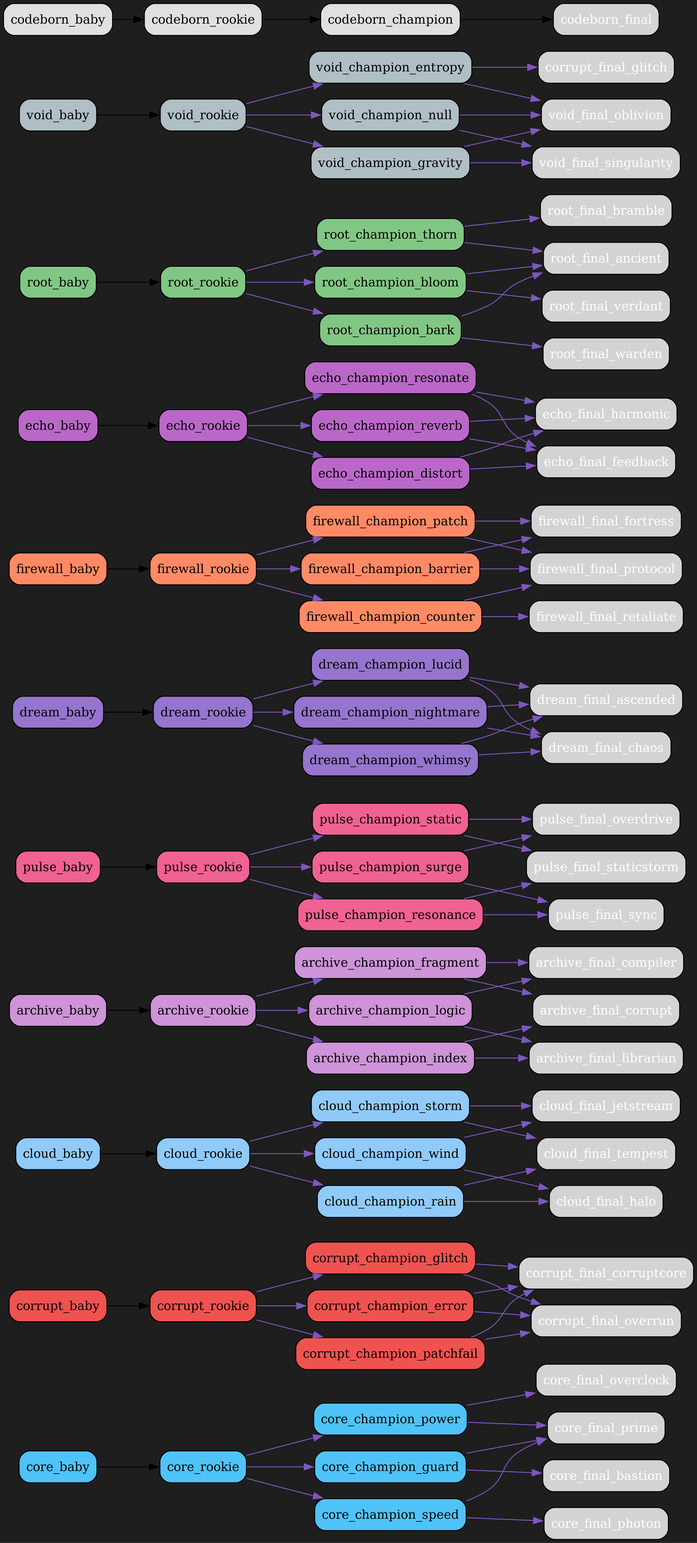
bwlight/NetGrid keeps this Graphviz diagram as src/netgrid/systems/evolution/graphs/dark/evolution_graph_dark.png. Above is the earlier version. Its source is kept beside it as src/netgrid/systems/evolution/graphs/dark/evolution_graph_dark.dot.
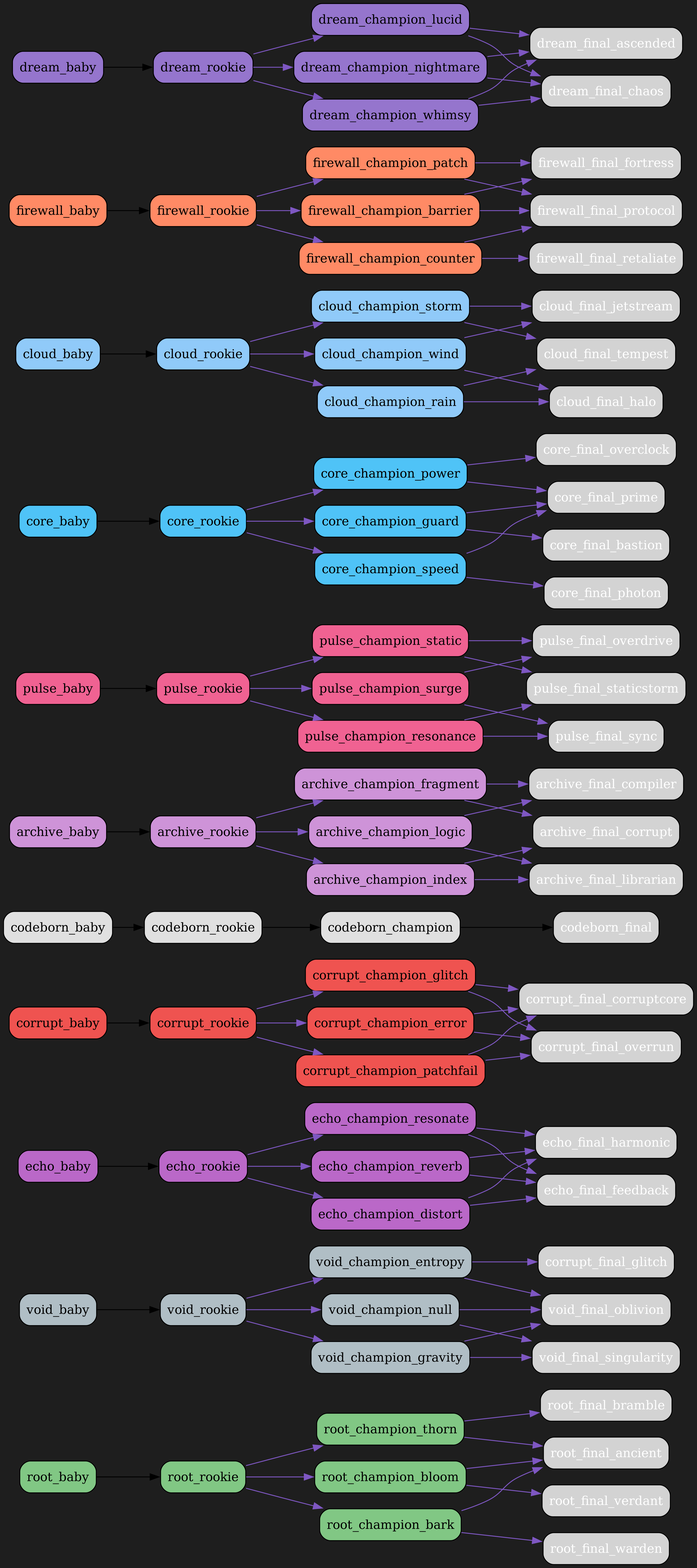
The same diagram one commit later.

Commit message:
Auto-update evolution graphs

Diff of the diagram source:
```diff
@@ -2,21 +2,51 @@
   rankdir=LR;
   bgcolor="#1e1e1e";
   node [shape=box, style="rounded,filled", fontcolor="white"];
-  "core_baby" [fillcolor="#4fc3f7", fontcolor="black"];
-  "core_baby" -> "core_rookie";
-  "core_rookie" [fillcolor="#4fc3f7", fontcolor="black"];
-  "core_rookie" -> "core_champion_power" [color="#7e57c2"];
-  "core_rookie" -> "core_champion_guard" [color="#7e57c2"];
-  "core_rookie" -> "core_champion_speed" [color="#7e57c2"];
-  "core_champion_power" [fillcolor="#4fc3f7", fontcolor="black"];
-  "core_champion_power" -> "core_final_overclock" [color="#7e57c2"];
-  "core_champion_power" -> "core_final_prime" [color="#7e57c2"];
-  "core_champion_guard" [fillcolor="#4fc3f7", fontcolor="black"];
-  "core_champion_guard" -> "core_final_bastion" [color="#7e57c2"];
-  "core_champion_guard" -> "core_final_prime" [color="#7e57c2"];
-  "core_champion_speed" [fillcolor="#4fc3f7", fontcolor="black"];
-  "core_champion_speed" -> "core_final_photon" [color="#7e57c2"];
-  "core_champion_speed" -> "core_final_prime" [color="#7e57c2"];
+  "root_baby" [fillcolor="#81c784", fontcolor="black"];
+  "root_baby" -> "root_rookie";
+  "root_rookie" [fillcolor="#81c784", fontcolor="black"];
+  "root_rookie" -> "root_champion_thorn" [color="#7e57c2"];
+  "root_rookie" -> "root_champion_bloom" [color="#7e57c2"];
+  "root_rookie" -> "root_champion_bark" [color="#7e57c2"];
+  "root_champion_thorn" [fillcolor="#81c784", fontcolor="black"];
+  "root_champion_thorn" -> "root_final_bramble" [color="#7e57c2"];
+  "root_champion_thorn" -> "root_final_ancient" [color="#7e57c2"];
+  "root_champion_bloom" [fillcolor="#81c784", fontcolor="black"];
+  "root_champion_bloom" -> "root_final_ancient" [color="#7e57c2"];
+  "root_champion_bloom" -> "root_final_verdant" [color="#7e57c2"];
+  "root_champion_bark" [fillcolor="#81c784", fontcolor="black"];
+  "root_champion_bark" -> "root_final_warden" [color="#7e57c2"];
+  "root_champion_bark" -> "root_final_ancient" [color="#7e57c2"];
+  "void_baby" [fillcolor="#b0bec5", fontcolor="black"];
+  "void_baby" -> "void_rookie";
+  "void_rookie" [fillcolor="#b0bec5", fontcolor="black"];
+  "void_rookie" -> "void_champion_entropy" [color="#7e57c2"];
+  "void_rookie" -> "void_champion_gravity" [color="#7e57c2"];
+  "void_rookie" -> "void_champion_null" [color="#7e57c2"];
+  "void_champion_entropy" [fillcolor="#b0bec5", fontcolor="black"];
+  "void_champion_entropy" -> "corrupt_final_glitch" [color="#7e57c2"];
+  "void_champion_entropy" -> "void_final_oblivion" [color="#7e57c2"];
+  "void_champion_gravity" [fillcolor="#b0bec5", fontcolor="black"];
+  "void_champion_gravity" -> "void_final_singularity" [color="#7e57c2"];
+  "void_champion_gravity" -> "void_final_oblivion" [color="#7e57c2"];
+  "void_champion_null" [fillcolor="#b0bec5", fontcolor="black"];
+  "void_champion_null" -> "void_final_oblivion" [color="#7e57c2"];
+  "void_champion_null" -> "void_final_singularity" [color="#7e57c2"];
+  "echo_baby" [fillcolor="#ba68c8", fontcolor="black"];
+  "echo_baby" -> "echo_rookie";
+  "echo_rookie" [fillcolor="#ba68c8", fontcolor="black"];
+  "echo_rookie" -> "echo_champion_resonate" [color="#7e57c2"];
+  "echo_rookie" -> "echo_champion_reverb" [color="#7e57c2"];
+  "echo_rookie" -> "echo_champion_distort" [color="#7e57c2"];
+  "echo_champion_resonate" [fillcolor="#ba68c8", fontcolor="black"];
+  "echo_champion_resonate" -> "echo_final_harmonic" [color="#7e57c2"];
+  "echo_champion_resonate" -> "echo_final_feedback" [color="#7e57c2"];
+  "echo_champion_reverb" [fillcolor="#ba68c8", fontcolor="black"];
+  "echo_champion_reverb" -> "echo_final_feedback" [color="#7e57c2"];
+  "echo_champion_reverb" -> "echo_final_harmonic" [color="#7e57c2"];
+  "echo_champion_distort" [fillcolor="#ba68c8", fontcolor="black"];
+  "echo_champion_distort" -> "echo_final_feedback" [color="#7e57c2"];
+  "echo_champion_distort" -> "echo_final_harmonic" [color="#7e57c2"];
   "corrupt_baby" [fillcolor="#ef5350", fontcolor="black"];
   "corrupt_baby" -> "corrupt_rookie";
   "corrupt_rookie" [fillcolor="#ef5350", fontcolor="black"];
@@ -32,21 +62,12 @@
   "corrupt_champion_patchfail" [fillcolor="#ef5350", fontcolor="black"];
   "corrupt_champion_patchfail" -> "corrupt_final_corruptcore" [color="#7e57c2"];
   "corrupt_champion_patchfail" -> "corrupt_final_overrun" [color="#7e57c2"];
-  "cloud_baby" [fillcolor="#90caf9", fontcolor="black"];
-  "cloud_baby" -> "cloud_rookie";
-  "cloud_rookie" [fillcolor="#90caf9", fontcolor="black"];
-  "cloud_rookie" -> "cloud_champion_wind" [color="#7e57c2"];
-  "cloud_rookie" -> "cloud_champion_rain" [color="#7e57c2"];
-  "cloud_rookie" -> "cloud_champion_storm" [color="#7e57c2"];
-  "cloud_champion_wind" [fillcolor="#90caf9", fontcolor="black"];
-  "cloud_champion_wind" -> "cloud_final_jetstream" [color="#7e57c2"];
-  "cloud_champion_wind" -> "cloud_final_halo" [color="#7e57c2"];
-  "cloud_champion_rain" [fillcolor="#90caf9", fontcolor="black"];
-  "cloud_champion_rain" -> "cloud_final_halo" [color="#7e57c2"];
-  "cloud_champion_rain" -> "cloud_final_tempest" [color="#7e57c2"];
-  "cloud_champion_storm" [fillcolor="#90caf9", fontcolor="black"];
-  "cloud_champion_storm" -> "cloud_final_tempest" [color="#7e57c2"];
-  "cloud_champion_storm" -> "cloud_final_jetstream" [color="#7e57c2"];
+  "codeborn_baby" [fillcolor="#e0e0e0", fontcolor="black"];
+  "codeborn_baby" -> "codeborn_rookie";
+  "codeborn_rookie" [fillcolor="#e0e0e0", fontcolor="black"];
+  "codeborn_rookie" -> "codeborn_champion";
+  "codeborn_champion" [fillcolor="#e0e0e0", fontcolor="black"];
+  "codeborn_champion" -> "codeborn_final";
   "archive_baby" [fillcolor="#ce93d8", fontcolor="black"];
   "archive_baby" -> "archive_rookie";
   "archive_rookie" [fillcolor="#ce93d8", fontcolor="black"];
@@ -77,6 +98,51 @@
   "pulse_champion_static" [fillcolor="#f06292", fontcolor="black"];
   "pulse_champion_static" -> "pulse_final_staticstorm" [color="#7e57c2"];
   "pulse_champion_static" -> "pulse_final_overdrive" [color="#7e57c2"];
+  "core_baby" [fillcolor="#4fc3f7", fontcolor="black"];
+  "core_baby" -> "core_rookie";
+  "core_rookie" [fillcolor="#4fc3f7", fontcolor="black"];
+  "core_rookie" -> "core_champion_power" [color="#7e57c2"];
+  "core_rookie" -> "core_champion_guard" [color="#7e57c2"];
+  "core_rookie" -> "core_champion_speed" [color="#7e57c2"];
+  "core_champion_power" [fillcolor="#4fc3f7", fontcolor="black"];
+  "core_champion_power" -> "core_final_overclock" [color="#7e57c2"];
+  "core_champion_power" -> "core_final_prime" [color="#7e57c2"];
+  "core_champion_guard" [fillcolor="#4fc3f7", fontcolor="black"];
+  "core_champion_guard" -> "core_final_bastion" [color="#7e57c2"];
+  "core_champion_guard" -> "core_final_prime" [color="#7e57c2"];
+  "core_champion_speed" [fillcolor="#4fc3f7", fontcolor="black"];
+  "core_champion_speed" -> "core_final_photon" [color="#7e57c2"];
+  "core_champion_speed" -> "core_final_prime" [color="#7e57c2"];
+  "cloud_baby" [fillcolor="#90caf9", fontcolor="black"];
+  "cloud_baby" -> "cloud_rookie";
+  "cloud_rookie" [fillcolor="#90caf9", fontcolor="black"];
+  "cloud_rookie" -> "cloud_champion_wind" [color="#7e57c2"];
+  "cloud_rookie" -> "cloud_champion_rain" [color="#7e57c2"];
+  "cloud_rookie" -> "cloud_champion_storm" [color="#7e57c2"];
+  "cloud_champion_wind" [fillcolor="#90caf9", fontcolor="black"];
+  "cloud_champion_wind" -> "cloud_final_jetstream" [color="#7e57c2"];
+  "cloud_champion_wind" -> "cloud_final_halo" [color="#7e57c2"];
+  "cloud_champion_rain" [fillcolor="#90caf9", fontcolor="black"];
+  "cloud_champion_rain" -> "cloud_final_halo" [color="#7e57c2"];
+  "cloud_champion_rain" -> "cloud_final_tempest" [color="#7e57c2"];
+  "cloud_champion_storm" [fillcolor="#90caf9", fontcolor="black"];
+  "cloud_champion_storm" -> "cloud_final_tempest" [color="#7e57c2"];
+  "cloud_champion_storm" -> "cloud_final_jetstream" [color="#7e57c2"];
+  "firewall_baby" [fillcolor="#ff8a65", fontcolor="black"];
+  "firewall_baby" -> "firewall_rookie";
+  "firewall_rookie" [fillcolor="#ff8a65", fontcolor="black"];
+  "firewall_rookie" -> "firewall_champion_barrier" [color="#7e57c2"];
+  "firewall_rookie" -> "firewall_champion_counter" [color="#7e57c2"];
+  "firewall_rookie" -> "firewall_champion_patch" [color="#7e57c2"];
+  "firewall_champion_barrier" [fillcolor="#ff8a65", fontcolor="black"];
+  "firewall_champion_barrier" -> "firewall_final_fortress" [color="#7e57c2"];
+  "firewall_champion_barrier" -> "firewall_final_protocol" [color="#7e57c2"];
+  "firewall_champion_counter" [fillcolor="#ff8a65", fontcolor="black"];
+  "firewall_champion_counter" -> "firewall_final_retaliate" [color="#7e57c2"];
+  "firewall_champion_counter" -> "firewall_final_protocol" [color="#7e57c2"];
+  "firewall_champion_patch" [fillcolor="#ff8a65", fontcolor="black"];
+  "firewall_champion_patch" -> "firewall_final_protocol" [color="#7e57c2"];
+  "firewall_champion_patch" -> "firewall_final_fortress" [color="#7e57c2"];
   "dream_baby" [fillcolor="#9575cd", fontcolor="black"];
   "dream_baby" -> "dream_rookie";
   "dream_rookie" [fillcolor="#9575cd", fontcolor="black"];
@@ -92,70 +158,4 @@
   "dream_champion_whimsy" [fillcolor="#9575cd", fontcolor="black"];
   "dream_champion_whimsy" -> "dream_final_ascended" [color="#7e57c2"];
   "dream_champion_whimsy" -> "dream_final_chaos" [color="#7e57c2"];
-  "firewall_baby" [fillcolor="#ff8a65", fontcolor="black"];
-  "firewall_baby" -> "firewall_rookie";
-  "firewall_rookie" [fillcolor="#ff8a65", fontcolor="black"];
-  "firewall_rookie" -> "firewall_champion_barrier" [color="#7e57c2"];
-  "firewall_rookie" -> "firewall_champion_counter" [color="#7e57c2"];
-  "firewall_rookie" -> "firewall_champion_patch" [color="#7e57c2"];
-  "firewall_champion_barrier" [fillcolor="#ff8a65", fontcolor="black"];
-  "firewall_champion_barrier" -> "firewall_final_fortress" [color="#7e57c2"];
-  "firewall_champion_barrier" -> "firewall_final_protocol" [color="#7e57c2"];
-  "firewall_champion_counter" [fillcolor="#ff8a65", fontcolor="black"];
-  "firewall_champion_counter" -> "firewall_final_retaliate" [color="#7e57c2"];
-  "firewall_champion_counter" -> "firewall_final_protocol" [color="#7e57c2"];
-  "firewall_champion_patch" [fillcolor="#ff8a65", fontcolor="black"];
-  "firewall_champion_patch" -> "firewall_final_protocol" [color="#7e57c2"];
-  "firewall_champion_patch" -> "firewall_final_fortress" [color="#7e57c2"];
-  "echo_baby" [fillcolor="#ba68c8", fontcolor="black"];
-  "echo_baby" -> "echo_rookie";
-  "echo_rookie" [fillcolor="#ba68c8", fontcolor="black"];
-  "echo_rookie" -> "echo_champion_resonate" [color="#7e57c2"];
-  "echo_rookie" -> "echo_champion_reverb" [color="#7e57c2"];
-  "echo_rookie" -> "echo_champion_distort" [color="#7e57c2"];
-  "echo_champion_resonate" [fillcolor="#ba68c8", fontcolor="black"];
-  "echo_champion_resonate" -> "echo_final_harmonic" [color="#7e57c2"];
-  "echo_champion_resonate" -> "echo_final_feedback" [color="#7e57c2"];
-  "echo_champion_reverb" [fillcolor="#ba68c8", fontcolor="black"];
-  "echo_champion_reverb" -> "echo_final_feedback" [color="#7e57c2"];
-  "echo_champion_reverb" -> "echo_final_harmonic" [color="#7e57c2"];
-  "echo_champion_distort" [fillcolor="#ba68c8", fontcolor="black"];
-  "echo_champion_distort" -> "echo_final_feedback" [color="#7e57c2"];
-  "echo_champion_distort" -> "echo_final_harmonic" [color="#7e57c2"];
-  "root_baby" [fillcolor="#81c784", fontcolor="black"];
-  "root_baby" -> "root_rookie";
-  "root_rookie" [fillcolor="#81c784", fontcolor="black"];
-  "root_rookie" -> "root_champion_thorn" [color="#7e57c2"];
-  "root_rookie" -> "root_champion_bloom" [color="#7e57c2"];
-  "root_rookie" -> "root_champion_bark" [color="#7e57c2"];
-  "root_champion_thorn" [fillcolor="#81c784", fontcolor="black"];
-  "root_champion_thorn" -> "root_final_bramble" [color="#7e57c2"];
-  "root_champion_thorn" -> "root_final_ancient" [color="#7e57c2"];
-  "root_champion_bloom" [fillcolor="#81c784", fontcolor="black"];
-  "root_champion_bloom" -> "root_final_ancient" [color="#7e57c2"];
-  "root_champion_bloom" -> "root_final_verdant" [color="#7e57c2"];
-  "root_champion_bark" [fillcolor="#81c784", fontcolor="black"];
-  "root_champion_bark" -> "root_final_warden" [color="#7e57c2"];
-  "root_champion_bark" -> "root_final_ancient" [color="#7e57c2"];
-  "void_baby" [fillcolor="#b0bec5", fontcolor="black"];
-  "void_baby" -> "void_rookie";
-  "void_rookie" [fillcolor="#b0bec5", fontcolor="black"];
-  "void_rookie" -> "void_champion_entropy" [color="#7e57c2"];
-  "void_rookie" -> "void_champion_gravity" [color="#7e57c2"];
-  "void_rookie" -> "void_champion_null" [color="#7e57c2"];
-  "void_champion_entropy" [fillcolor="#b0bec5", fontcolor="black"];
-  "void_champion_entropy" -> "corrupt_final_glitch" [color="#7e57c2"];
-  "void_champion_entropy" -> "void_final_oblivion" [color="#7e57c2"];
-  "void_champion_gravity" [fillcolor="#b0bec5", fontcolor="black"];
-  "void_champion_gravity" -> "void_final_singularity" [color="#7e57c2"];
-  "void_champion_gravity" -> "void_final_oblivion" [color="#7e57c2"];
-  "void_champion_null" [fillcolor="#b0bec5", fontcolor="black"];
-  "void_champion_null" -> "void_final_oblivion" [color="#7e57c2"];
-  "void_champion_null" -> "void_final_singularity" [color="#7e57c2"];
-  "codeborn_baby" [fillcolor="#e0e0e0", fontcolor="black"];
-  "codeborn_baby" -> "codeborn_rookie";
-  "codeborn_rookie" [fillcolor="#e0e0e0", fontcolor="black"];
-  "codeborn_rookie" -> "codeborn_champion";
-  "codeborn_champion" [fillcolor="#e0e0e0", fontcolor="black"];
-  "codeborn_champion" -> "codeborn_final";
 }
```
